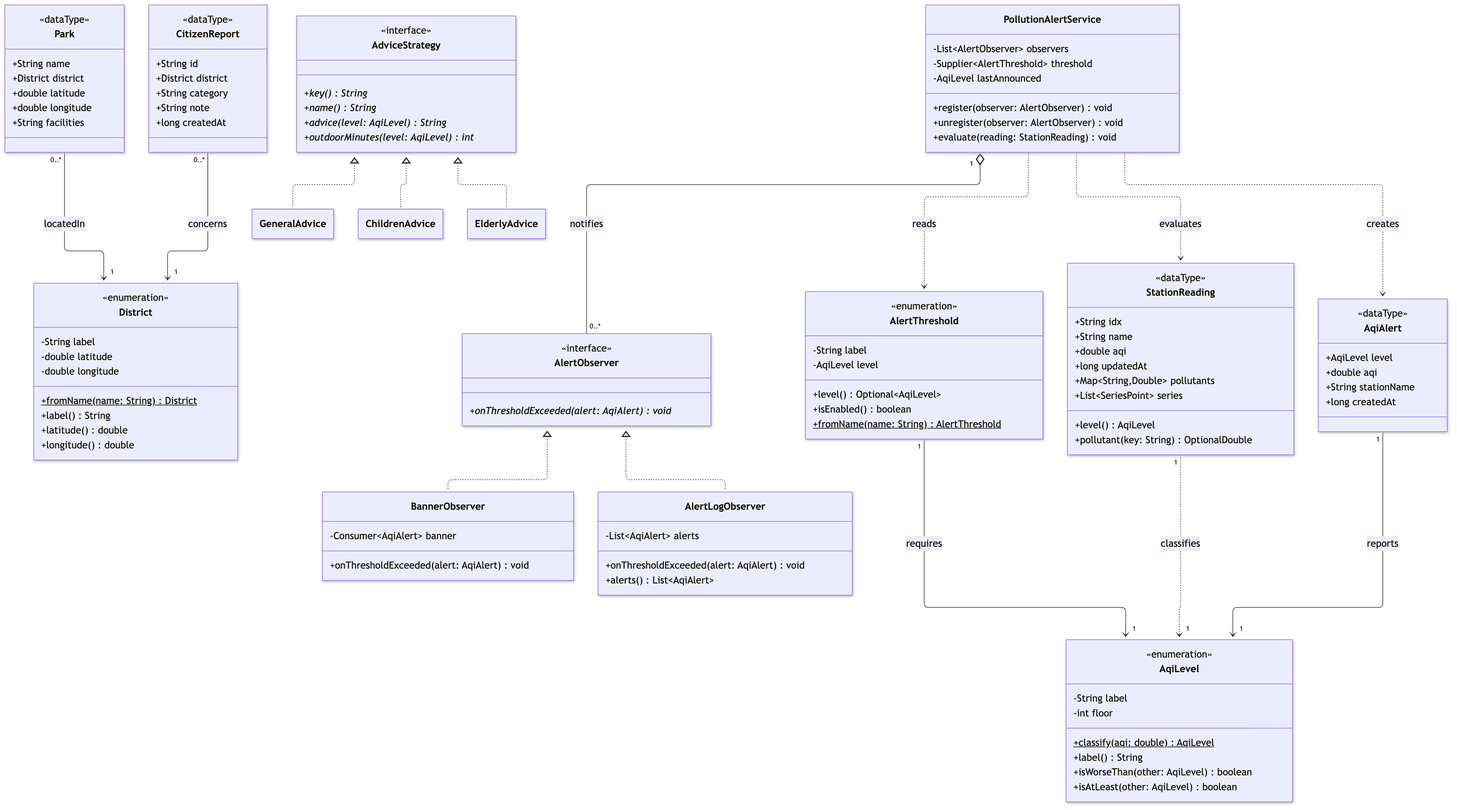
Earlier version of the Mermaid export docs/diagrams/class-diagram-core.png (melvinchia3636/sc-assignment). Its source is kept beside it as docs/diagrams/class-diagram-core.mmd.
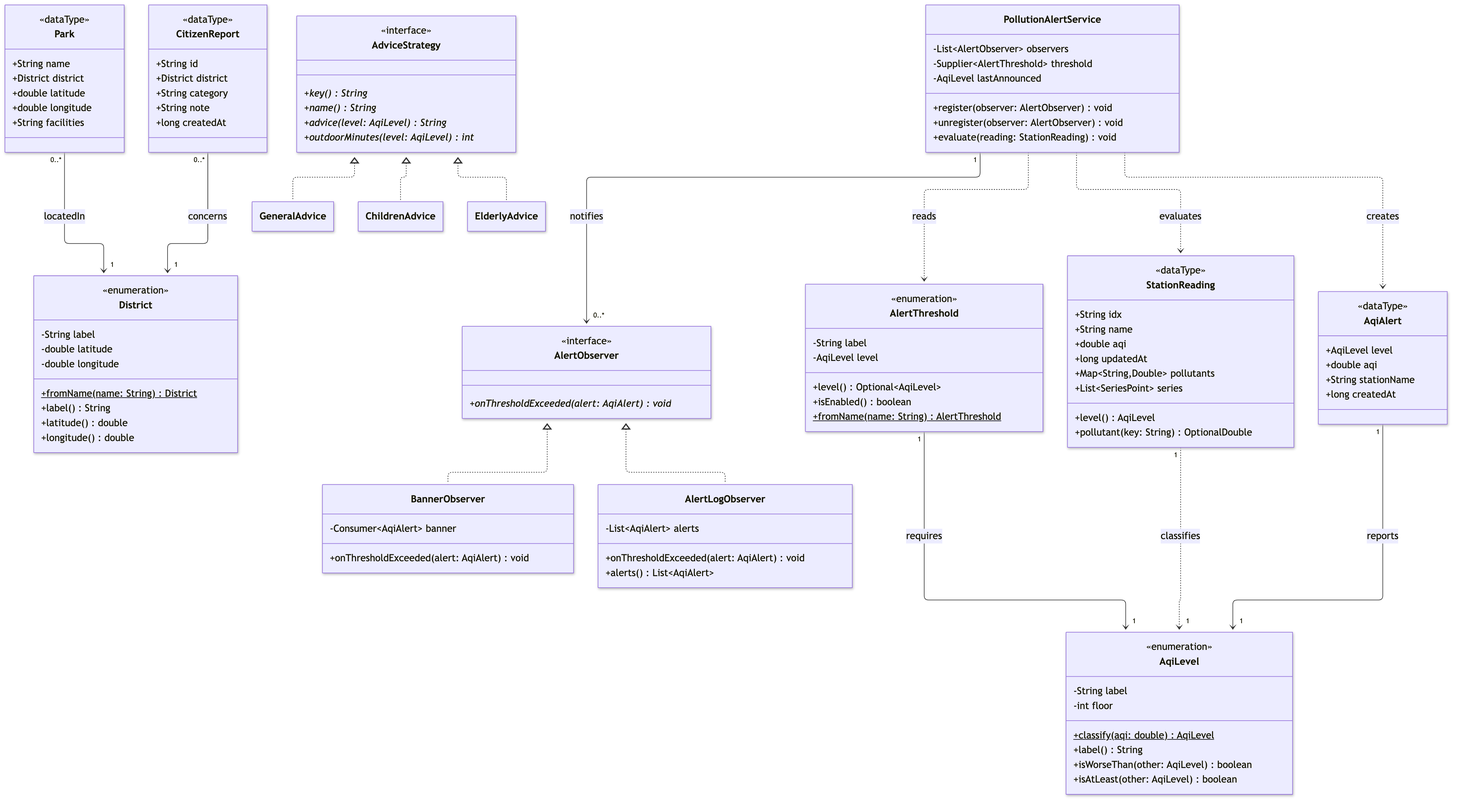
After the change.

Change to the diagram source:
```diff
@@ -124,7 +124,7 @@
     CitizenReport "0..*" --> "1" District : concerns
     AlertThreshold "1" --> "1" AqiLevel : requires
     AqiAlert "1" --> "1" AqiLevel : reports
-    PollutionAlertService "1" o-- "0..*" AlertObserver : notifies
+    PollutionAlertService "1" --> "0..*" AlertObserver : notifies
     PollutionAlertService ..> AlertThreshold : reads
     PollutionAlertService ..> StationReading : evaluates
     PollutionAlertService ..> AqiAlert : creates
```
